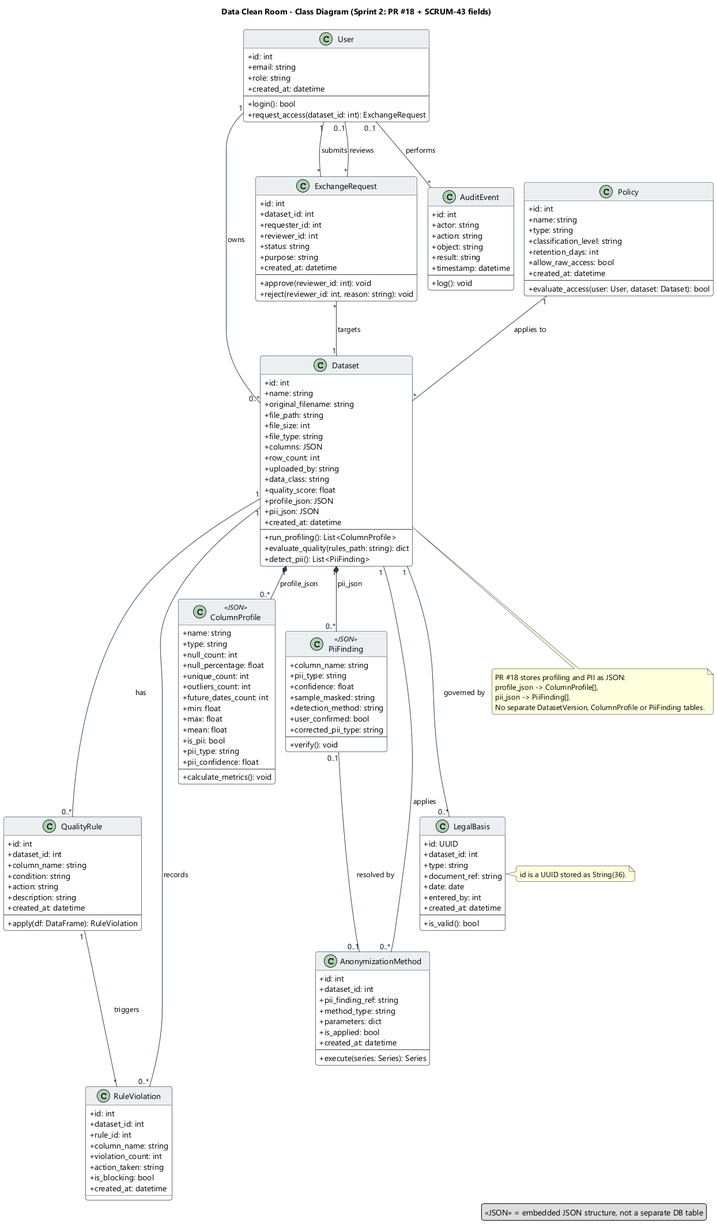
Above: docs/architecture/class-diagram.png in olesJS/data_clean_room (PlantUML), before the change.
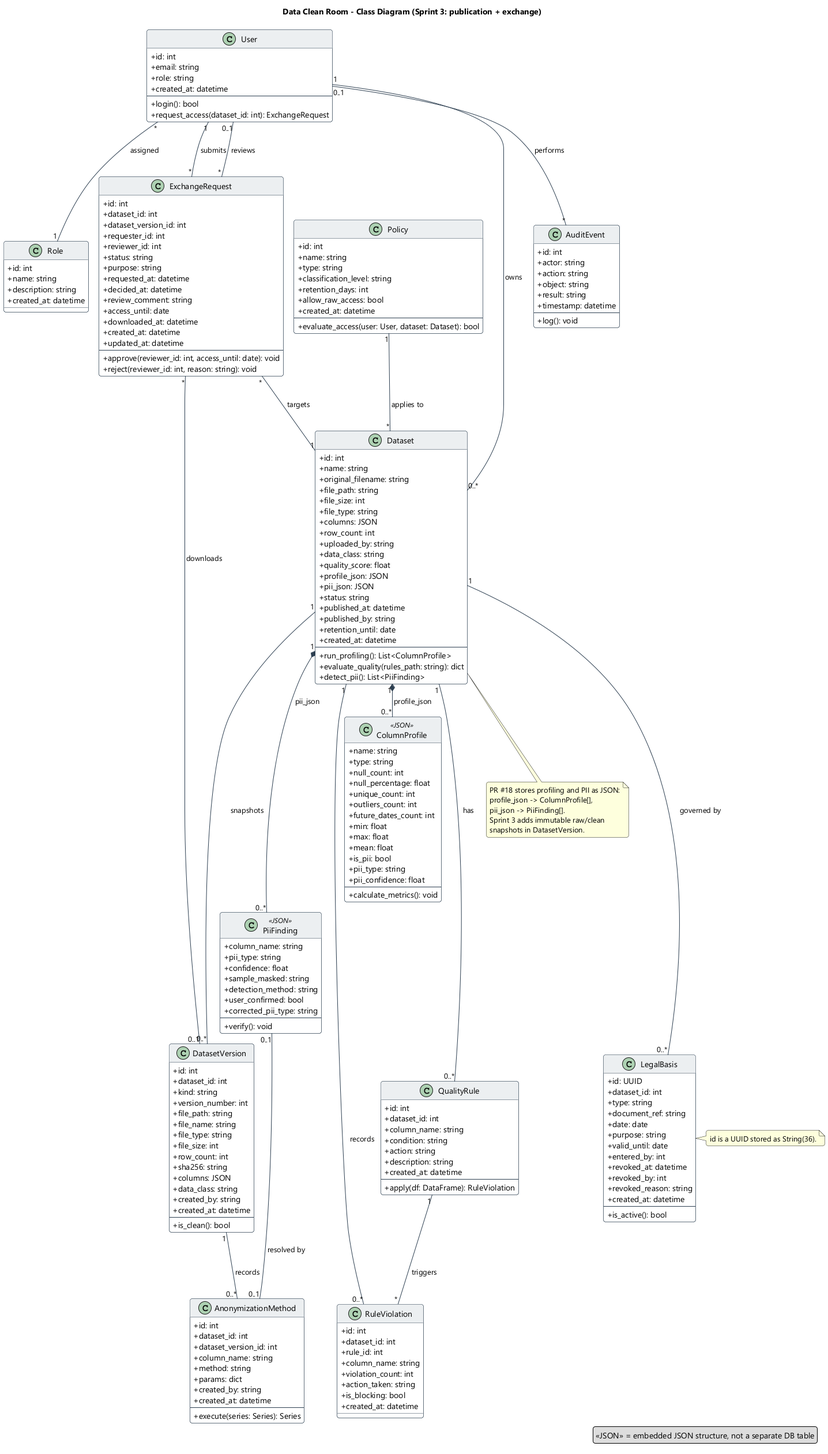
Later version of the same file.

Commit message:
docs(SCRUM-9/60): add Role to class diagram and refresh Sprint 3 docs

Diff of the diagram source:
```diff
@@ -13,7 +13,7 @@
     HeaderBackgroundColor #ECEFF1
 }
 
-title Data Clean Room - Class Diagram (Sprint 2: PR #18 + SCRUM-43 fields)
+title Data Clean Room - Class Diagram (Sprint 3: publication + exchange)
 
 
 class User {
@@ -24,6 +24,13 @@
     --
     + login(): bool
     + request_access(dataset_id: int): ExchangeRequest
+}
+
+class Role {
+    + id: int
+    + name: string
+    + description: string
+    + created_at: datetime
 }
 
 class Policy {
@@ -52,11 +59,34 @@
     + quality_score: float
     + profile_json: JSON
     + pii_json: JSON
+    + status: string
+    + published_at: datetime
+    + published_by: string
+    + retention_until: date
     + created_at: datetime
     --
     + run_profiling(): List<ColumnProfile>
     + evaluate_quality(rules_path: string): dict
     + detect_pii(): List<PiiFinding>
+}
+
+class DatasetVersion {
+    + id: int
+    + dataset_id: int
+    + kind: string
+    + version_number: int
+    + file_path: string
+    + file_name: string
+    + file_type: string
+    + file_size: int
+    + row_count: int
+    + sha256: string
+    + columns: JSON
+    + data_class: string
+    + created_by: string
+    + created_at: datetime
+    --
+    + is_clean(): bool
 }
 
 class QualityRule {
@@ -115,10 +145,11 @@
 class AnonymizationMethod {
     + id: int
     + dataset_id: int
-    + pii_finding_ref: string
-    + method_type: string
-    + parameters: dict
-    + is_applied: bool
+    + dataset_version_id: int
+    + column_name: string
+    + method: string
+    + params: dict
+    + created_by: string
     + created_at: datetime
     --
     + execute(series: Series): Series
@@ -130,22 +161,34 @@
     + type: string
     + document_ref: string
     + date: date
+    + purpose: string
+    + valid_until: date
     + entered_by: int
+    + revoked_at: datetime
+    + revoked_by: int
+    + revoked_reason: string
     + created_at: datetime
     --
-    + is_valid(): bool
+    + is_active(): bool
 }
 
 class ExchangeRequest {
     + id: int
     + dataset_id: int
+    + dataset_version_id: int
     + requester_id: int
     + reviewer_id: int
     + status: string
     + purpose: string
+    + requested_at: datetime
+    + decided_at: datetime
+    + review_comment: string
+    + access_until: date
+    + downloaded_at: datetime
     + created_at: datetime
+    + updated_at: datetime
     --
-    + approve(reviewer_id: int): void
+    + approve(reviewer_id: int, access_until: date): void
     + reject(reviewer_id: int, reason: string): void
 }
 
@@ -162,16 +205,19 @@
 
 
 User "1" --- "0..*" Dataset : owns >
+User "*" --- "1" Role : assigned >
 Policy "1" --- "*" Dataset : applies to >
 
 Dataset "1" --- "0..*" LegalBasis : governed by >
 Dataset "1" --- "0..*" QualityRule : has >
 Dataset "1" --- "0..*" RuleViolation : records >
-Dataset "1" --- "0..*" AnonymizationMethod : applies >
+Dataset "1" --- "0..*" DatasetVersion : snapshots >
+DatasetVersion "1" --- "0..*" AnonymizationMethod : records >
 Dataset "1" *-- "0..*" ColumnProfile : profile_json >
 Dataset "1" *-- "0..*" PiiFinding : pii_json >
 
 ExchangeRequest "*" --- "1" Dataset : targets >
+ExchangeRequest "*" --- "0..1" DatasetVersion : downloads >
 User "1" --- "*" ExchangeRequest : submits >
 User "0..1" --- "*" ExchangeRequest : reviews >
 User "0..1" --- "*" AuditEvent : performs >
@@ -183,7 +229,8 @@
   PR #18 stores profiling and PII as JSON:
   profile_json -> ColumnProfile[],
   pii_json -> PiiFinding[].
-  No separate DatasetVersion, ColumnProfile or PiiFinding tables.
+  Sprint 3 adds immutable raw/clean
+  snapshots in DatasetVersion.
 end note
 
 note right of LegalBasis
```
